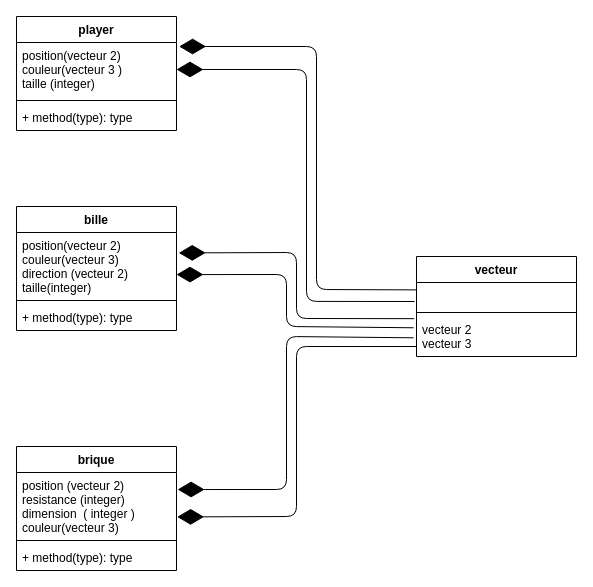
This is CasseBrique/Untitled Diagram.drawio from CAVELIER17/TP1, a draw.io file, before an edit. Source tidied: cells renumbered, new cells numbered last; positions are measured from the earlier drawing's top-left corner, leaving out a move shared by most shapes. Both pictures are drawn from the tidied source at 100%, with x=0, y=0 at pixel (16, 16).
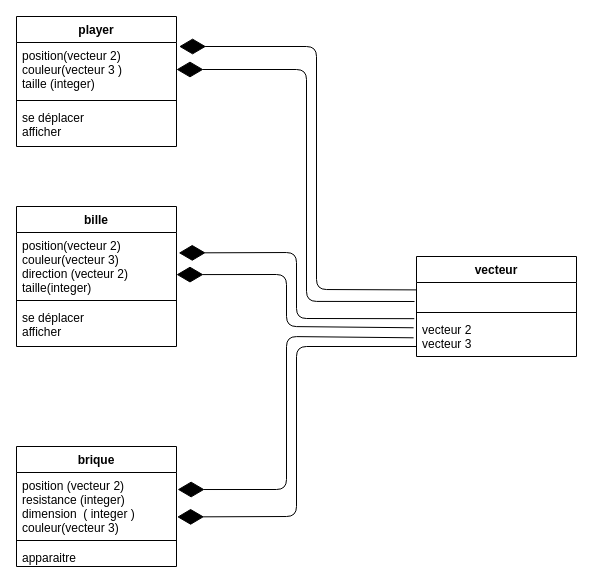
The same diagram, later.

Change to the diagram source:
```diff
@@
     <mxCell id="2" value="bille" style="swimlane;fontStyle=1;align=center;verticalAlign=top;horizontal=1;startSize=26;" parent="1" vertex="1">
-      <mxGeometry y="190" width="160" height="124" as="geometry" />
+      <mxGeometry y="190" width="160" height="140" as="geometry" />
     </mxCell>
@@
-    <mxCell id="5" value="+ method(type): type" style="text;strokeColor=none;fillColor=none;align=left;verticalAlign=top;spacingLeft=4;spacingRight=4;overflow=hidden;" parent="2" vertex="1">
-      <mxGeometry y="98" width="160" height="26" as="geometry" />
+    <mxCell id="5" value="se déplacer&#10;afficher&#10;" style="text;strokeColor=none;fillColor=none;align=left;verticalAlign=top;spacingLeft=4;spacingRight=4;overflow=hidden;" parent="2" vertex="1">
+      <mxGeometry y="98" width="160" height="42" as="geometry" />
     </mxCell>
     <mxCell id="6" value="brique" style="swimlane;fontStyle=1;align=center;verticalAlign=top;horizontal=1;startSize=26;" parent="1" vertex="1">
-      <mxGeometry y="430" width="160" height="124" as="geometry" />
+      <mxGeometry y="430" width="160" height="120" as="geometry" />
     </mxCell>
@@
-    <mxCell id="9" value="+ method(type): type" style="text;strokeColor=none;fillColor=none;align=left;verticalAlign=top;spacingLeft=4;spacingRight=4;overflow=hidden;" parent="6" vertex="1">
-      <mxGeometry y="98" width="160" height="26" as="geometry" />
+    <mxCell id="9" value="apparaitre &#10;" style="text;strokeColor=none;fillColor=none;align=left;verticalAlign=top;spacingLeft=4;spacingRight=4;overflow=hidden;" parent="6" vertex="1">
+      <mxGeometry y="98" width="160" height="22" as="geometry" />
     </mxCell>
     <mxCell id="10" value="player" style="swimlane;fontStyle=1;align=center;verticalAlign=top;horizontal=1;startSize=26;" parent="1" vertex="1">
-      <mxGeometry width="160" height="114" as="geometry" />
+      <mxGeometry width="160" height="130" as="geometry" />
     </mxCell>
@@
-    <mxCell id="13" value="+ method(type): type" style="text;strokeColor=none;fillColor=none;align=left;verticalAlign=top;spacingLeft=4;spacingRight=4;overflow=hidden;" parent="10" vertex="1">
-      <mxGeometry y="88" width="160" height="26" as="geometry" />
+    <mxCell id="13" value="se déplacer &#10;afficher&#10;" style="text;strokeColor=none;fillColor=none;align=left;verticalAlign=top;spacingLeft=4;spacingRight=4;overflow=hidden;" parent="10" vertex="1">
+      <mxGeometry y="88" width="160" height="42" as="geometry" />
     </mxCell>
```
